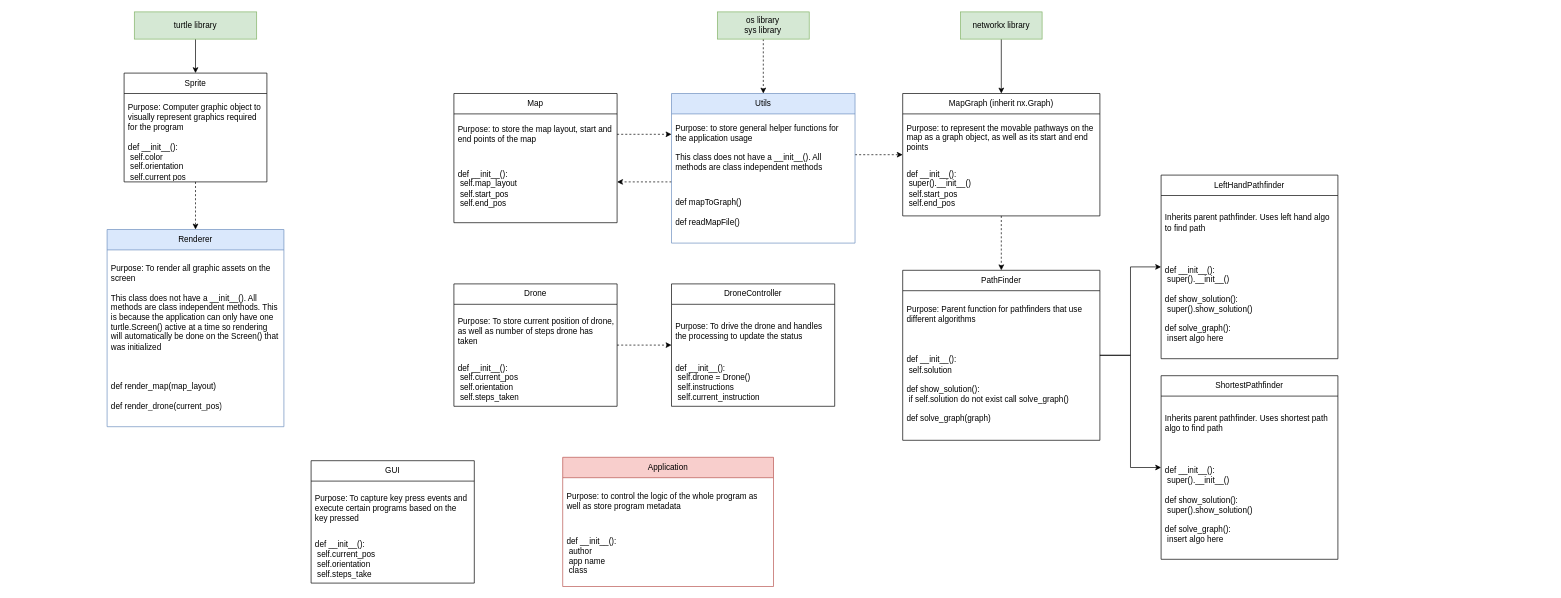
This is page "Class Design" (1 of 3) of diagrams/program_diagrams.drawio from junnjiee16/ST1507-DSAA-Maze-Solver, a draw.io file, before an edit. Source tidied: cells renumbered, new cells numbered last; positions are measured from the earlier drawing's top-left corner, leaving out a move shared by most shapes. Both pictures are drawn from the tidied source at 68%, with x=0, y=0 at pixel (107, 12).
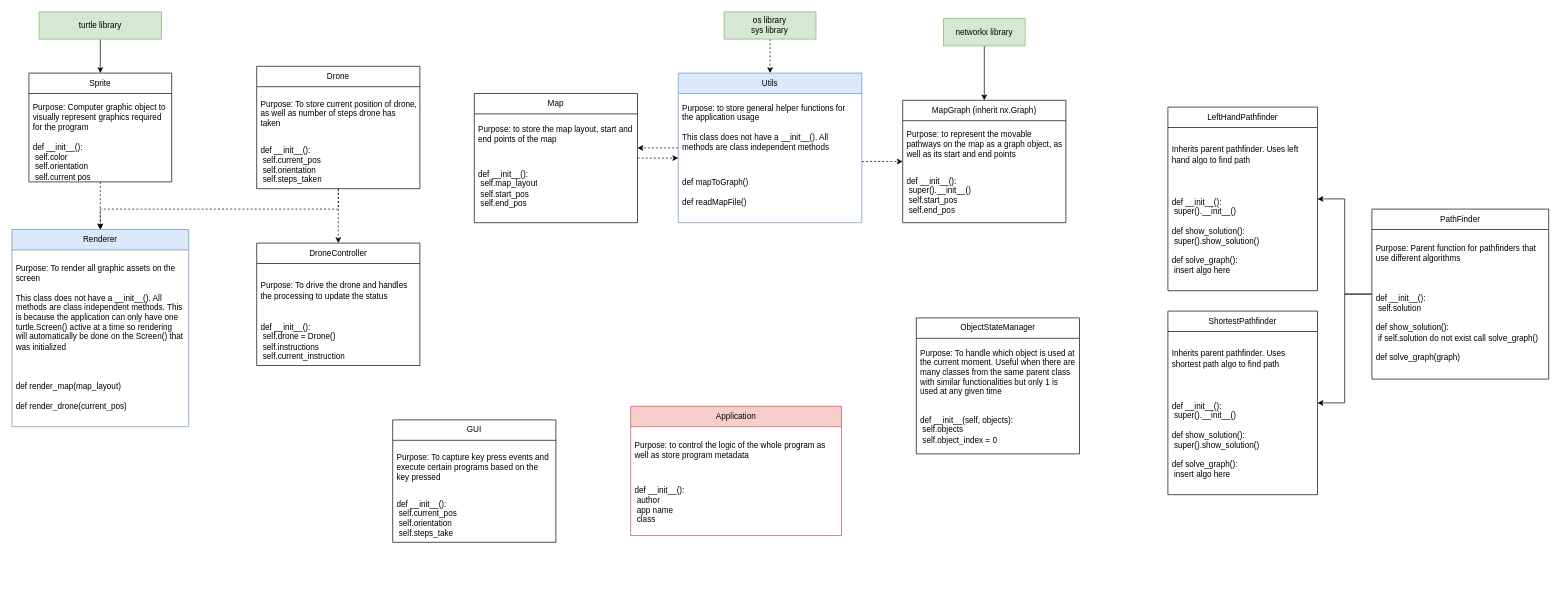
The same diagram, later.

The edit, as a diff of the source:
```diff
@@
     <mxCell id="3" value="turtle library" style="rounded=0;whiteSpace=wrap;html=1;fillColor=#d5e8d4;strokeColor=#82b366;" parent="1" vertex="1">
-      <mxGeometry x="40" width="180" height="40" as="geometry" />
+      <mxGeometry x="-100" width="180" height="40" as="geometry" />
     </mxCell>
     <mxCell id="4" style="edgeStyle=orthogonalEdgeStyle;rounded=0;jettySize=auto;html=1;dashed=1;" parent="1" edge="1" source="5" target="26">
       <mxGeometry relative="1" as="geometry">
         <Array as="points">
-          <mxPoint x="780" y="180" />
-          <mxPoint x="780" y="180" />
+          <mxPoint x="780" y="190" />
+          <mxPoint x="780" y="190" />
         </Array>
       </mxGeometry>
     </mxCell>
     <mxCell id="5" value="Map" style="swimlane;fontStyle=0;horizontal=1;startSize=30;whiteSpace=wrap;html=1;" parent="1" vertex="1">
-      <mxGeometry x="510" y="120" width="240" height="190" as="geometry" />
+      <mxGeometry x="540" y="120" width="240" height="190" as="geometry" />
     </mxCell>
@@
     <mxCell id="10" value="PathFinder" style="swimlane;fontStyle=0;horizontal=1;startSize=30;whiteSpace=wrap;html=1;" parent="1" vertex="1">
-      <mxGeometry x="1170" y="380" width="290" height="250" as="geometry" />
+      <mxGeometry x="1860" y="290" width="260" height="250" as="geometry" />
     </mxCell>
     <mxCell id="11" value="Purpose: Parent function for pathfinders that use different algorithms" style="text;strokeColor=none;fillColor=none;align=left;verticalAlign=middle;spacingLeft=4;spacingRight=4;overflow=hidden;whiteSpace=wrap;html=1;" parent="10" vertex="1">
-      <mxGeometry y="30" width="290" height="70" as="geometry" />
+      <mxGeometry y="30" width="260" height="70" as="geometry" />
     </mxCell>
     <mxCell id="12" value="def __init__():&lt;br&gt;&lt;span style=&quot;white-space: pre;&quot;&gt; &lt;/span&gt;self.solution&lt;br&gt;&lt;br&gt;def show_solution():&lt;br&gt;&lt;span style=&quot;white-space: pre;&quot;&gt; &lt;/span&gt;if self.solution do not exist call solve_graph()&lt;br&gt;&lt;br&gt;def solve_graph(graph)" style="text;strokeColor=none;fillColor=none;align=left;verticalAlign=middle;spacingLeft=4;spacingRight=4;overflow=hidden;whiteSpace=wrap;html=1;" parent="10" vertex="1">
-      <mxGeometry y="100" width="290" height="150" as="geometry" />
+      <mxGeometry y="100" width="260" height="150" as="geometry" />
     </mxCell>
     <mxCell id="13" value="Application" style="swimlane;fontStyle=0;horizontal=1;startSize=30;whiteSpace=wrap;html=1;fillColor=#f8cecc;strokeColor=#b85450;" parent="1" vertex="1">
-      <mxGeometry x="670" y="655" width="310" height="190" as="geometry" />
+      <mxGeometry x="770" y="580" width="310" height="190" as="geometry" />
     </mxCell>
@@
     <mxCell id="17" value="os library&lt;br&gt;sys library" style="rounded=0;whiteSpace=wrap;html=1;fillColor=#d5e8d4;strokeColor=#82b366;" parent="1" vertex="1">
-      <mxGeometry x="897.4" width="135.1" height="40" as="geometry" />
+      <mxGeometry x="907.4" width="135.1" height="40" as="geometry" />
     </mxCell>
-    <mxCell id="18" style="edgeStyle=orthogonalEdgeStyle;rounded=0;jettySize=auto;html=1;dashed=1;" parent="1" edge="1" source="19" target="10">
-      <mxGeometry relative="1" as="geometry" />
-    </mxCell>
     <mxCell id="19" value="MapGraph (inherit nx.Graph)" style="swimlane;fontStyle=0;horizontal=1;startSize=30;whiteSpace=wrap;html=1;" parent="1" vertex="1">
-      <mxGeometry x="1170" y="120" width="290" height="180" as="geometry" />
+      <mxGeometry x="1170" y="130" width="240" height="180" as="geometry" />
     </mxCell>
     <mxCell id="20" value="Purpose: to represent the movable pathways on the map as a graph object, as well as its start and end points" style="text;strokeColor=none;fillColor=none;align=left;verticalAlign=middle;spacingLeft=4;spacingRight=4;overflow=hidden;whiteSpace=wrap;html=1;" parent="19" vertex="1">
-      <mxGeometry y="30" width="290" height="70" as="geometry" />
+      <mxGeometry y="30" width="240" height="70" as="geometry" />
     </mxCell>
     <mxCell id="21" value="def __init__():&lt;br&gt;&lt;span style=&quot;white-space: pre;&quot;&gt; &lt;/span&gt;super().__init__()&lt;br&gt;&lt;span style=&quot;white-space: pre;&quot;&gt; &lt;/span&gt;self.start_pos&lt;br&gt;&lt;span style=&quot;white-space: pre;&quot;&gt; &lt;/span&gt;self.end_pos" style="text;strokeColor=none;fillColor=none;align=left;verticalAlign=middle;spacingLeft=4;spacingRight=4;overflow=hidden;whiteSpace=wrap;html=1;" parent="19" vertex="1">
-      <mxGeometry y="100" width="290" height="80" as="geometry" />
+      <mxGeometry y="100" width="240" height="80" as="geometry" />
     </mxCell>
@@
     <mxCell id="23" value="networkx library" style="rounded=0;whiteSpace=wrap;html=1;fillColor=#d5e8d4;strokeColor=#82b366;" parent="1" vertex="1">
-      <mxGeometry x="1255" width="120" height="40" as="geometry" />
+      <mxGeometry x="1230" y="10" width="120" height="40" as="geometry" />
     </mxCell>
     <mxCell id="24" style="edgeStyle=orthogonalEdgeStyle;rounded=0;jettySize=auto;html=1;dashed=1;" parent="1" edge="1" source="26" target="5">
       <mxGeometry relative="1" as="geometry">
         <Array as="points">
-          <mxPoint x="770" y="250" />
-          <mxPoint x="770" y="250" />
+          <mxPoint x="770" y="260" />
+          <mxPoint x="770" y="260" />
         </Array>
       </mxGeometry>
     </mxCell>
     <mxCell id="25" style="edgeStyle=orthogonalEdgeStyle;rounded=0;jettySize=auto;html=1;dashed=1;" parent="1" edge="1" source="26" target="19">
       <mxGeometry relative="1" as="geometry">
         <Array as="points">
-          <mxPoint x="1120" y="210" />
-          <mxPoint x="1120" y="210" />
+          <mxPoint x="1120" y="220" />
+          <mxPoint x="1120" y="220" />
         </Array>
       </mxGeometry>
     </mxCell>
     <mxCell id="26" value="Utils" style="swimlane;fontStyle=0;horizontal=1;startSize=30;whiteSpace=wrap;html=1;fillColor=#dae8fc;strokeColor=#6c8ebf;" parent="1" vertex="1">
-      <mxGeometry x="830" y="120" width="269.9" height="220" as="geometry" />
+      <mxGeometry x="840" y="90" width="269.9" height="220" as="geometry" />
     </mxCell>
@@
     <mxCell id="29" value="LeftHandPathfinder" style="swimlane;fontStyle=0;horizontal=1;startSize=30;whiteSpace=wrap;html=1;" parent="1" vertex="1">
-      <mxGeometry x="1550" y="240" width="260" height="270" as="geometry" />
+      <mxGeometry x="1560" y="140" width="220" height="270" as="geometry" />
     </mxCell>
     <mxCell id="30" value="Inherits parent pathfinder. Uses left hand algo to find path" style="text;strokeColor=none;fillColor=none;align=left;verticalAlign=middle;spacingLeft=4;spacingRight=4;overflow=hidden;whiteSpace=wrap;html=1;" parent="29" vertex="1">
-      <mxGeometry y="30" width="260" height="80" as="geometry" />
+      <mxGeometry y="30" width="220" height="80" as="geometry" />
     </mxCell>
     <mxCell id="31" value="def __init__():&lt;br&gt;&lt;span style=&quot;white-space: pre;&quot;&gt; &lt;/span&gt;super().__init__()&lt;br&gt;&lt;br&gt;def show_solution():&lt;br&gt;&lt;span style=&quot;white-space: pre;&quot;&gt; &lt;/span&gt;super().show_solution()&lt;br&gt;&lt;br&gt;def solve_graph():&lt;br&gt;&lt;span style=&quot;white-space: pre;&quot;&gt; &lt;/span&gt;insert algo here" style="text;strokeColor=none;fillColor=none;align=left;verticalAlign=middle;spacingLeft=4;spacingRight=4;overflow=hidden;whiteSpace=wrap;html=1;" parent="29" vertex="1">
-      <mxGeometry y="110" width="260" height="160" as="geometry" />
+      <mxGeometry y="110" width="220" height="160" as="geometry" />
     </mxCell>
     <mxCell id="32" value="ShortestPathfinder" style="swimlane;fontStyle=0;horizontal=1;startSize=30;whiteSpace=wrap;html=1;" parent="1" vertex="1">
-      <mxGeometry x="1550" y="535" width="260" height="270" as="geometry" />
+      <mxGeometry x="1560" y="440" width="220" height="270" as="geometry" />
     </mxCell>
     <mxCell id="33" value="Inherits parent pathfinder. Uses shortest path algo to find path" style="text;strokeColor=none;fillColor=none;align=left;verticalAlign=middle;spacingLeft=4;spacingRight=4;overflow=hidden;whiteSpace=wrap;html=1;" parent="32" vertex="1">
-      <mxGeometry y="30" width="260" height="80" as="geometry" />
+      <mxGeometry y="30" width="220" height="80" as="geometry" />
     </mxCell>
     <mxCell id="34" value="def __init__():&lt;br&gt;&lt;span style=&quot;white-space: pre;&quot;&gt; &lt;/span&gt;super().__init__()&lt;br&gt;&lt;br&gt;def show_solution():&lt;br&gt;&lt;span style=&quot;white-space: pre;&quot;&gt; &lt;/span&gt;super().show_solution()&lt;br&gt;&lt;br&gt;def solve_graph():&lt;br&gt;&lt;span style=&quot;white-space: pre;&quot;&gt; &lt;/span&gt;insert algo here" style="text;strokeColor=none;fillColor=none;align=left;verticalAlign=middle;spacingLeft=4;spacingRight=4;overflow=hidden;whiteSpace=wrap;html=1;" parent="32" vertex="1">
-      <mxGeometry y="110" width="260" height="160" as="geometry" />
+      <mxGeometry y="110" width="220" height="160" as="geometry" />
     </mxCell>
     <mxCell id="35" value="Renderer" style="swimlane;fontStyle=0;horizontal=1;startSize=30;whiteSpace=wrap;html=1;fillColor=#dae8fc;strokeColor=#6c8ebf;" parent="1" vertex="1">
-      <mxGeometry y="320" width="260" height="290" as="geometry" />
+      <mxGeometry x="-140" y="320" width="260" height="290" as="geometry" />
     </mxCell>
@@
+    <mxCell id="52" style="edgeStyle=orthogonalEdgeStyle;rounded=0;jettySize=auto;html=1;dashed=1;" parent="1" edge="1" source="39" target="35">
+      <mxGeometry relative="1" as="geometry">
+        <Array as="points">
+          <mxPoint x="340" y="290" />
+          <mxPoint x="-10" y="290" />
+        </Array>
+      </mxGeometry>
+    </mxCell>
     <mxCell id="39" value="Drone" style="swimlane;fontStyle=0;horizontal=1;startSize=30;whiteSpace=wrap;html=1;" parent="1" vertex="1">
-      <mxGeometry x="510" y="400" width="240" height="180" as="geometry" />
+      <mxGeometry x="220" y="80" width="240" height="180" as="geometry" />
     </mxCell>
@@
     <mxCell id="43" value="Sprite" style="swimlane;fontStyle=0;horizontal=1;startSize=30;whiteSpace=wrap;html=1;" parent="1" vertex="1">
-      <mxGeometry x="25" y="90" width="210" height="160" as="geometry" />
+      <mxGeometry x="-115" y="90" width="210" height="160" as="geometry" />
     </mxCell>
@@
     <mxCell id="46" value="DroneController" style="swimlane;fontStyle=0;horizontal=1;startSize=30;whiteSpace=wrap;html=1;" parent="1" vertex="1">
-      <mxGeometry x="830" y="400" width="240" height="180" as="geometry" />
+      <mxGeometry x="220" y="340" width="240" height="180" as="geometry" />
     </mxCell>
@@
     <mxCell id="49" value="GUI" style="swimlane;fontStyle=0;horizontal=1;startSize=30;whiteSpace=wrap;html=1;" parent="1" vertex="1">
-      <mxGeometry x="300" y="660" width="240" height="180" as="geometry" />
+      <mxGeometry x="420" y="600" width="240" height="180" as="geometry" />
     </mxCell>
@@
+    <mxCell id="53" value="ObjectStateManager" style="swimlane;fontStyle=0;horizontal=1;startSize=30;whiteSpace=wrap;html=1;" parent="1" vertex="1">
+      <mxGeometry x="1190" y="450" width="240" height="200" as="geometry" />
+    </mxCell>
+    <mxCell id="54" value="Purpose: To handle which object is used at the current moment. Useful when there are many classes from the same parent class with similar functionalities but only 1 is used at any given time" style="text;strokeColor=none;fillColor=none;align=left;verticalAlign=middle;spacingLeft=4;spacingRight=4;overflow=hidden;whiteSpace=wrap;html=1;" parent="53" vertex="1">
+      <mxGeometry y="30" width="240" height="100" as="geometry" />
+    </mxCell>
+    <mxCell id="55" value="def __init__(self, objects):&lt;br&gt;&lt;span style=&quot;white-space: pre;&quot;&gt; &lt;/span&gt;self.objects&lt;br&gt;&amp;nbsp;self.object_index = 0" style="text;strokeColor=none;fillColor=none;align=left;verticalAlign=middle;spacingLeft=4;spacingRight=4;overflow=hidden;whiteSpace=wrap;html=1;" parent="53" vertex="1">
+      <mxGeometry y="130" width="240" height="70" as="geometry" />
+    </mxCell>
```
